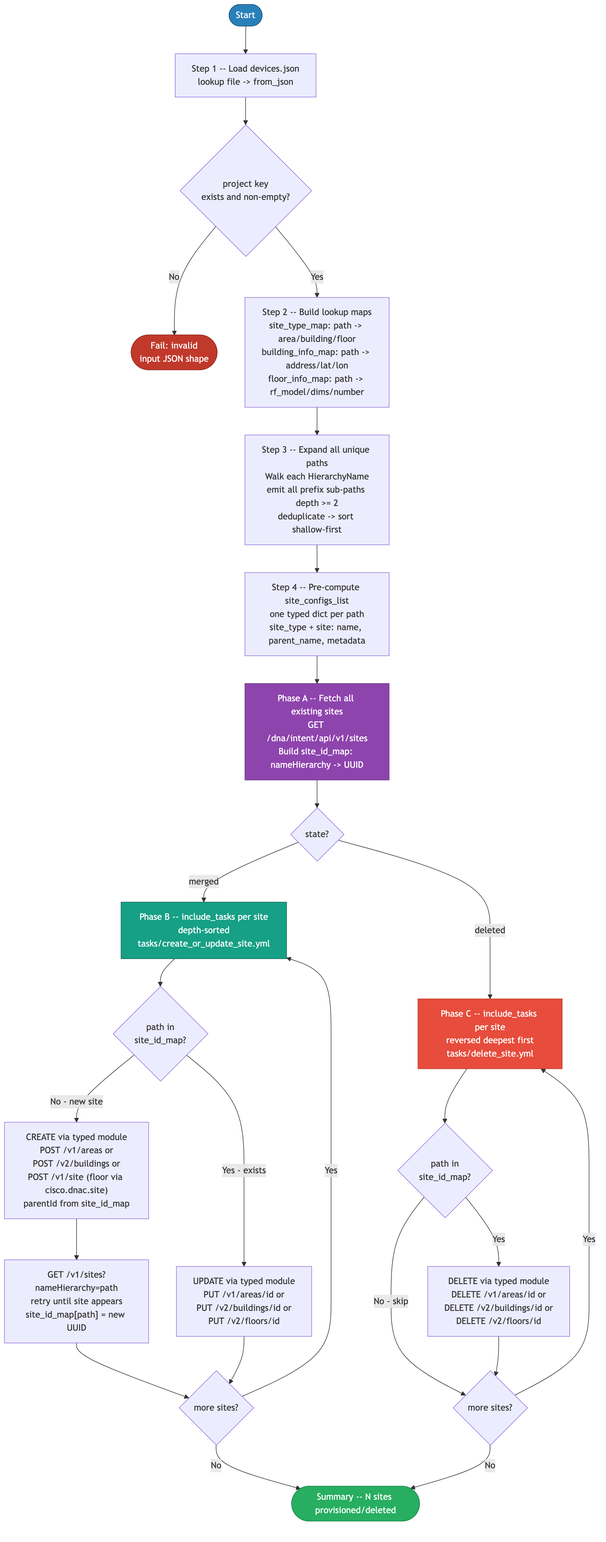
Before: Support/Resources/Ansible/1.0-Cisco-Catalyst-Center-Site-Hierarchy/DIAGRAMS/logical-flow.png, a diagram exported from Mermaid (kebaldwi/TECOPS-2599). Its source is kept beside it as Support/Resources/Ansible/1.0-Cisco-Catalyst-Center-Site-Hierarchy/DIAGRAMS/logical-flow.mmd.
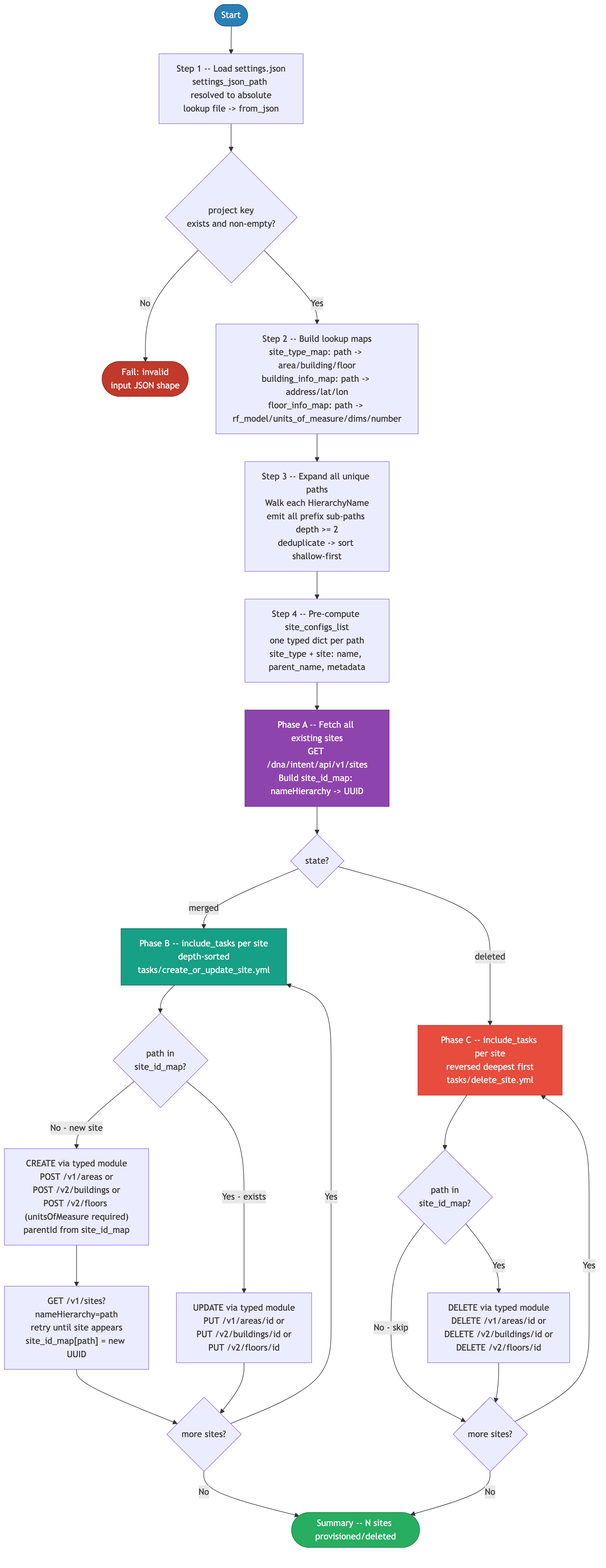
After the commit.

Commit message:
docs(1.0-site-hierarchy): update README, diagram, and PNG

What changed in the source:
```diff
@@ -1,12 +1,12 @@
 flowchart TD
     START([Start]) --> A
 
-    A["Step 1 -- Load devices.json<br/>lookup file -> from_json"]
+    A["Step 1 -- Load settings.json<br/>settings_json_path resolved to absolute<br/>lookup file -> from_json"]
     A --> B{project key<br/>exists and non-empty?}
     B -->|No| FAIL_A([Fail: invalid<br/>input JSON shape])
     B -->|Yes| C
 
-    C["Step 2 -- Build lookup maps<br/>site_type_map: path -> area/building/floor<br/>building_info_map: path -> address/lat/lon<br/>floor_info_map: path -> rf_model/dims/number"]
+    C["Step 2 -- Build lookup maps<br/>site_type_map: path -> area/building/floor<br/>building_info_map: path -> address/lat/lon<br/>floor_info_map: path -> rf_model/units_of_measure/dims/number"]
     C --> D
 
     D["Step 3 -- Expand all unique paths<br/>Walk each HierarchyName<br/>emit all prefix sub-paths depth >= 2<br/>deduplicate -> sort shallow-first"]
@@ -24,7 +24,7 @@
     PB["Phase B -- include_tasks per site<br/>depth-sorted<br/>tasks/create_or_update_site.yml"]
     PB --> PB_CHECK{path in<br/>site_id_map?}
 
-    PB_CHECK -->|No - new site| PB_CREATE["CREATE via typed module<br/>POST /v1/areas or<br/>POST /v2/buildings or<br/>POST /v1/site (floor via cisco.dnac.site)<br/>parentId from site_id_map"]
+    PB_CHECK -->|No - new site| PB_CREATE["CREATE via typed module<br/>POST /v1/areas or<br/>POST /v2/buildings or<br/>POST /v2/floors (unitsOfMeasure required)<br/>parentId from site_id_map"]
     PB_CHECK -->|Yes - exists| PB_UPDATE["UPDATE via typed module<br/>PUT /v1/areas/id or<br/>PUT /v2/buildings/id or<br/>PUT /v2/floors/id"]
 
     PB_CREATE --> PB_QUERY["GET /v1/sites?nameHierarchy=path<br/>retry until site appears<br/>site_id_map[path] = new UUID"]
```
